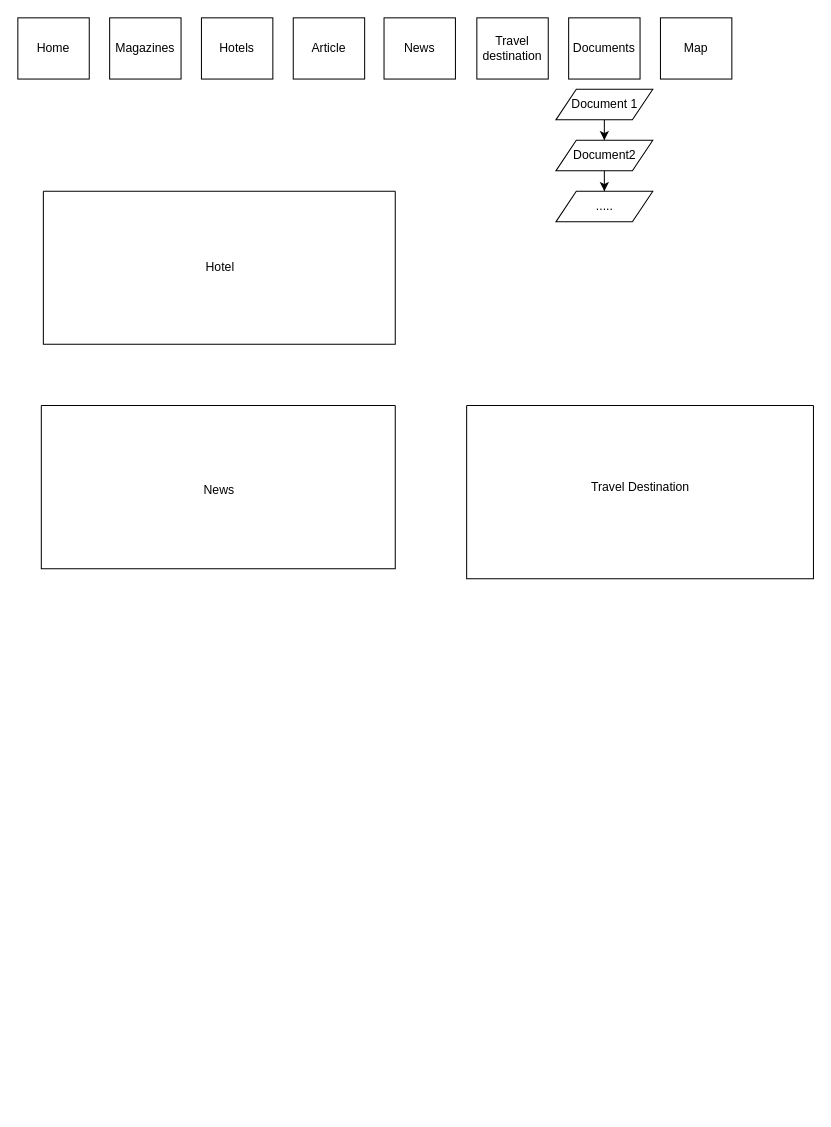
Earlier version of the draw.io diagram MIXED_CODES/Untitled Diagram.drawio (Jamshidbekpy/python_lessons_foundation). Source tidied: cells renumbered, new cells numbered last; positions are measured from the earlier drawing's top-left corner, leaving out a move shared by most shapes. Both pictures are drawn from the tidied source at 102%, with x=0, y=0 at pixel (17, 17).
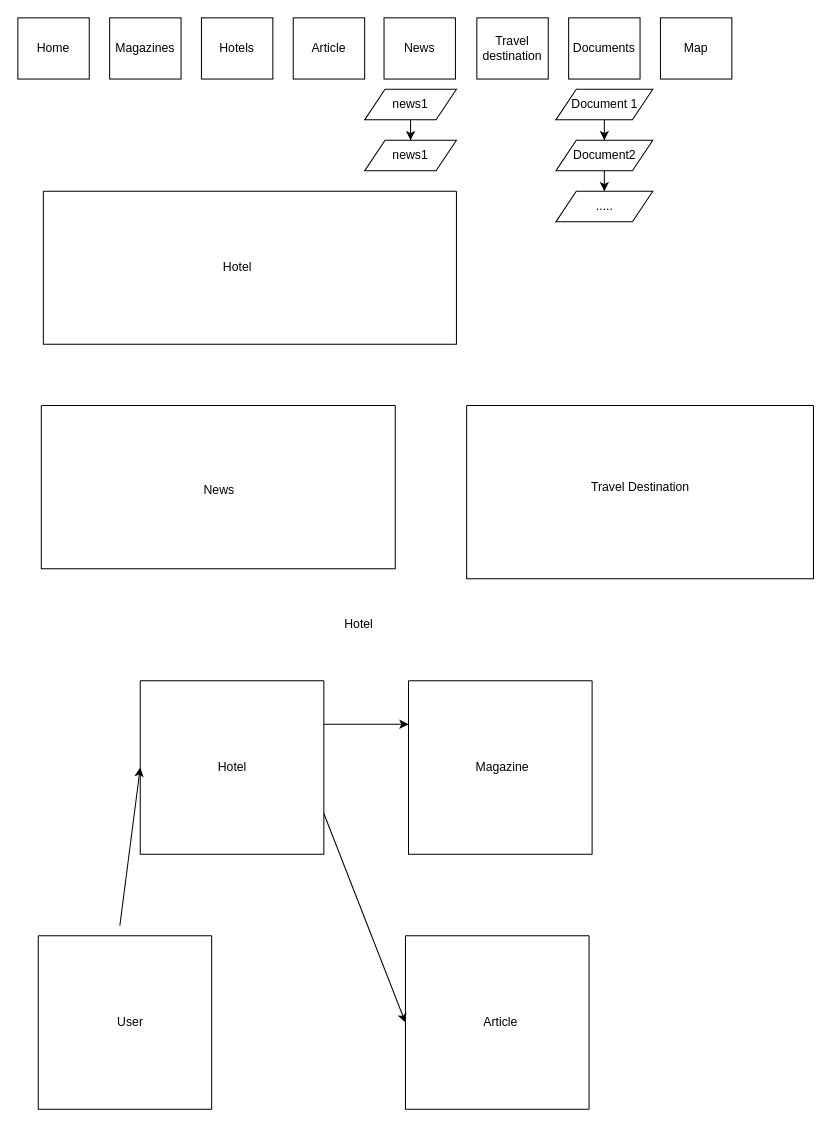
Above is the later version.

Change to the diagram source:
```diff
@@
     <mxCell id="15" style="swimlane;startSize=0;" parent="1" vertex="1">
-      <mxGeometry x="25" y="170" width="345" height="150" as="geometry" />
+      <mxGeometry x="25" y="170" width="405" height="150" as="geometry" />
     </mxCell>
     <mxCell id="16" value="Hotel" style="text;html=1;align=center;verticalAlign=middle;strokeColor=none;fillColor=none;" parent="15" vertex="1">
-      <mxGeometry x="147.5" y="60" width="50" height="30" as="geometry" />
+      <mxGeometry x="165" y="60" width="50" height="30" as="geometry" />
     </mxCell>
@@
+    <mxCell id="21" value="Hotel" style="text;html=1;align=center;verticalAlign=middle;strokeColor=none;fillColor=none;" parent="1" vertex="1">
+      <mxGeometry x="309" y="580" width="50" height="30" as="geometry" />
+    </mxCell>
+    <mxCell id="22" style="edgeStyle=orthogonalEdgeStyle;rounded=0;jettySize=auto;html=1;exitX=1;exitY=0.25;exitDx=0;exitDy=0;entryX=0;entryY=0.25;entryDx=0;entryDy=0;" parent="1" edge="1" source="23" target="25">
+      <mxGeometry relative="1" as="geometry" />
+    </mxCell>
+    <mxCell id="23" style="swimlane;startSize=0;" parent="1" vertex="1">
+      <mxGeometry x="120" y="650" width="180" height="170" as="geometry" />
+    </mxCell>
+    <mxCell id="24" value="Hotel" style="text;html=1;align=center;verticalAlign=middle;strokeColor=none;fillColor=none;" parent="23" vertex="1">
+      <mxGeometry x="65" y="70" width="50" height="30" as="geometry" />
+    </mxCell>
+    <mxCell id="25" style="swimlane;startSize=0;" parent="1" vertex="1">
+      <mxGeometry x="383" y="650" width="180" height="170" as="geometry" />
+    </mxCell>
+    <mxCell id="26" value="&amp;nbsp;Magazine" style="text;html=1;align=center;verticalAlign=middle;strokeColor=none;fillColor=none;" parent="25" vertex="1">
+      <mxGeometry x="50" y="70" width="80" height="30" as="geometry" />
+    </mxCell>
+    <mxCell id="27" style="swimlane;startSize=0;" parent="1" vertex="1">
+      <mxGeometry x="20" y="900" width="170" height="170" as="geometry" />
+    </mxCell>
+    <mxCell id="28" value="User" style="text;html=1;align=center;verticalAlign=middle;strokeColor=none;fillColor=none;" parent="27" vertex="1">
+      <mxGeometry x="65" y="70" width="50" height="30" as="geometry" />
+    </mxCell>
+    <mxCell id="29" style="swimlane;startSize=0;" parent="1" vertex="1">
+      <mxGeometry x="380" y="900" width="180" height="170" as="geometry" />
+    </mxCell>
+    <mxCell id="30" value="Article" style="text;html=1;align=center;verticalAlign=middle;strokeColor=none;fillColor=none;" parent="29" vertex="1">
+      <mxGeometry x="63" y="70" width="60" height="30" as="geometry" />
+    </mxCell>
+    <mxCell id="31" style="endArrow=classic;html=1;rounded=0;entryX=0;entryY=0.5;entryDx=0;entryDy=0;" parent="1" edge="1" target="23">
+      <mxGeometry relative="1" as="geometry">
+        <mxPoint x="100" y="890" as="sourcePoint" />
+      </mxGeometry>
+    </mxCell>
+    <mxCell id="32" style="endArrow=classic;html=1;rounded=0;entryX=0;entryY=0.5;entryDx=0;entryDy=0;" parent="1" edge="1" target="29">
+      <mxGeometry relative="1" as="geometry">
+        <mxPoint x="300" y="780" as="sourcePoint" />
+      </mxGeometry>
+    </mxCell>
+    <mxCell id="33" style="edgeStyle=orthogonalEdgeStyle;rounded=0;jettySize=auto;html=1;" parent="1" edge="1" source="34" target="35">
+      <mxGeometry relative="1" as="geometry" />
+    </mxCell>
+    <mxCell id="34" value="news1" style="shape=parallelogram;perimeter=parallelogramPerimeter;whiteSpace=wrap;html=1;fixedSize=1;" parent="1" vertex="1">
+      <mxGeometry x="340" y="70" width="90" height="30" as="geometry" />
+    </mxCell>
+    <mxCell id="35" value="news1" style="shape=parallelogram;perimeter=parallelogramPerimeter;whiteSpace=wrap;html=1;fixedSize=1;" parent="1" vertex="1">
+      <mxGeometry x="340" y="120" width="90" height="30" as="geometry" />
+    </mxCell>
```
